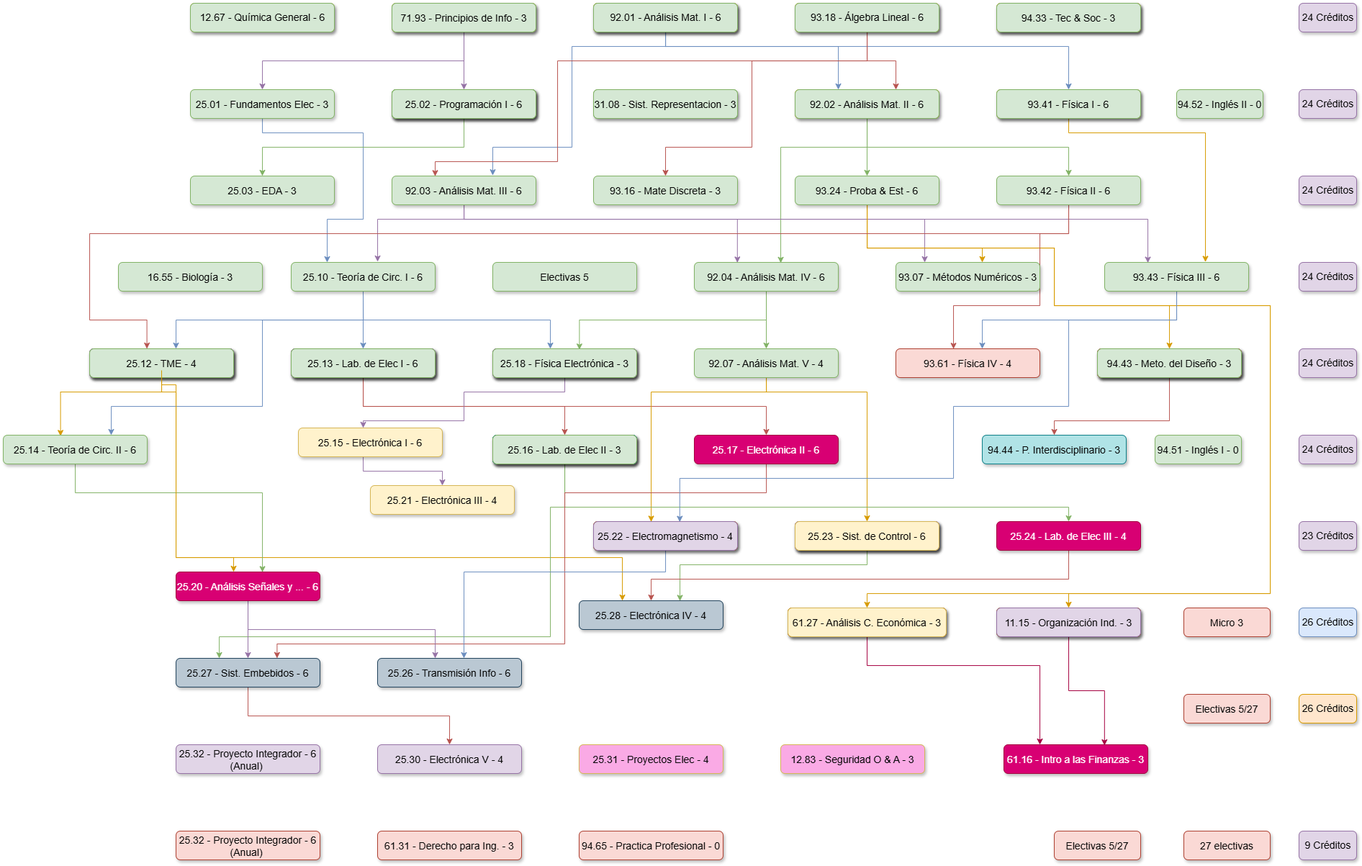
Before: K22.drawio.png, a diagram exported from draw.io (juanipla/K22). Source tidied: cells renumbered, new cells last; positions are measured from the earlier drawing's top-left corner, leaving out a move shared by most shapes.
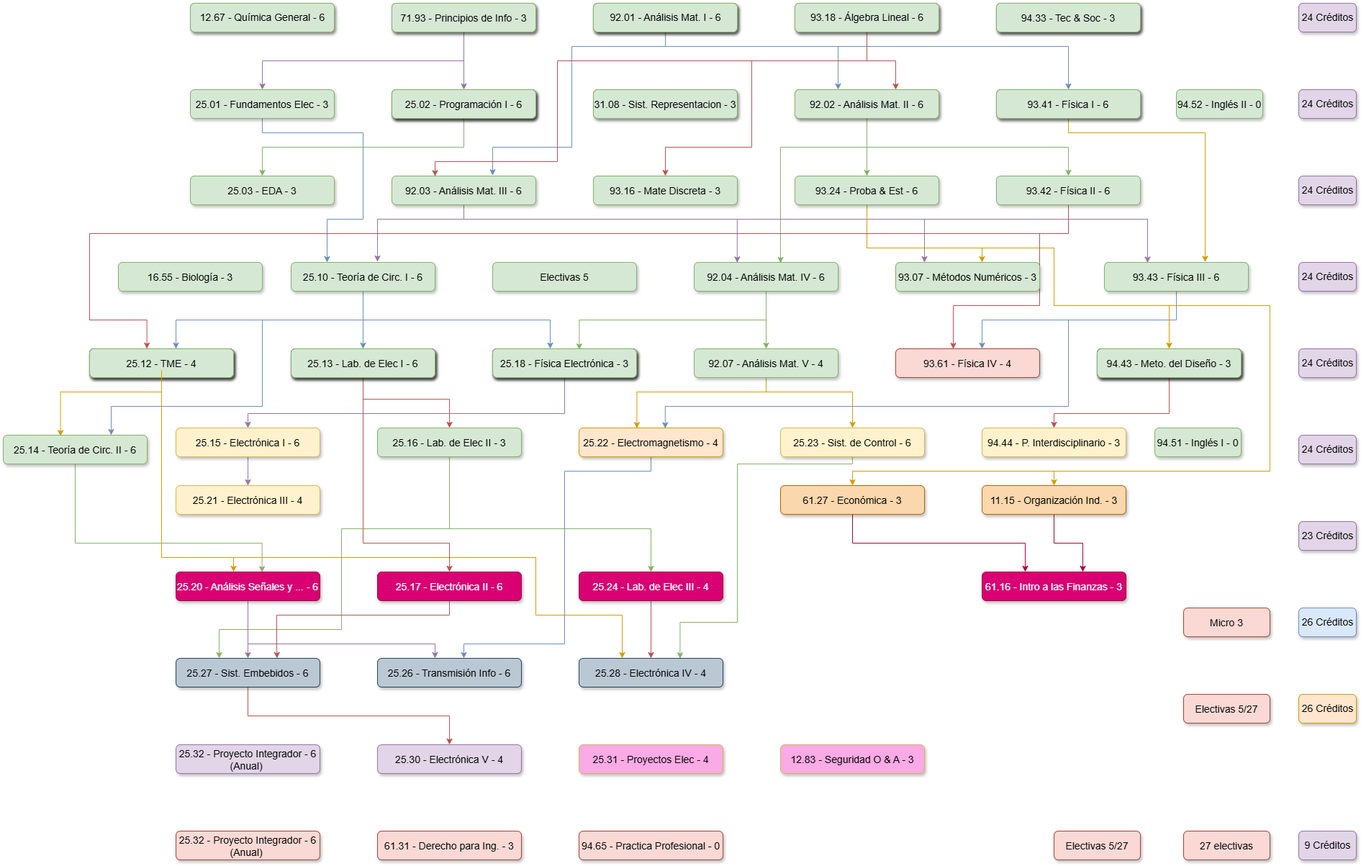
The same diagram one commit later.

Change to the diagram source:
```diff
@@ -213,4 +213,4 @@
           <mxPoint x="1760" y="420" />
-          <mxPoint x="1760" y="820" />
-          <mxPoint x="1480" y="820" />
+          <mxPoint x="1760" y="650" />
+          <mxPoint x="1460" y="650" />
         </Array>
@@ -225,4 +225,4 @@
           <mxPoint x="1760" y="420" />
-          <mxPoint x="1760" y="820" />
-          <mxPoint x="1200" y="820" />
+          <mxPoint x="1760" y="650" />
+          <mxPoint x="1180" y="650" />
         </Array>
@@ -269,6 +269,6 @@
         <Array as="points">
-          <mxPoint x="220" y="540" />
-          <mxPoint x="240" y="540" />
-          <mxPoint x="240" y="770" />
-          <mxPoint x="860" y="770" />
+          <mxPoint x="220" y="770" />
+          <mxPoint x="740" y="770" />
+          <mxPoint x="740" y="850" />
+          <mxPoint x="860" y="850" />
         </Array>
@@ -282,4 +282,4 @@
         <Array as="points">
-          <mxPoint x="500" y="560" />
-          <mxPoint x="780" y="560" />
+          <mxPoint x="500" y="550" />
+          <mxPoint x="620" y="550" />
         </Array>
@@ -290,4 +290,4 @@
         <Array as="points">
-          <mxPoint x="500" y="560" />
-          <mxPoint x="1060" y="560" />
+          <mxPoint x="500" y="750" />
+          <mxPoint x="620" y="750" />
         </Array>
@@ -301,6 +301,4 @@
         <Array as="points">
-          <mxPoint x="780" y="540" />
-          <mxPoint x="640" y="540" />
-          <mxPoint x="640" y="580" />
-          <mxPoint x="500" y="580" />
+          <mxPoint x="780" y="570" />
+          <mxPoint x="340" y="570" />
         </Array>
@@ -315,3 +313,3 @@
           <mxPoint x="1060" y="540" />
-          <mxPoint x="1200" y="540" />
+          <mxPoint x="1180" y="540" />
         </Array>
@@ -323,4 +321,3 @@
           <mxPoint x="1060" y="540" />
-          <mxPoint x="900" y="540" />
-          <mxPoint x="900" y="720" />
+          <mxPoint x="880" y="540" />
         </Array>
@@ -337,4 +334,4 @@
         <Array as="points">
-          <mxPoint x="1620" y="580" />
-          <mxPoint x="1460" y="580" />
+          <mxPoint x="1620" y="570" />
+          <mxPoint x="1460" y="570" />
         </Array>
@@ -348,5 +345,4 @@
         <Array as="points">
-          <mxPoint x="100" y="680" />
-          <mxPoint x="360" y="680" />
-          <mxPoint x="360" y="790" />
+          <mxPoint x="100" y="750" />
+          <mxPoint x="360" y="750" />
         </Array>
@@ -360,4 +356,4 @@
         <Array as="points">
-          <mxPoint x="500" y="650" />
-          <mxPoint x="610" y="650" />
+          <mxPoint x="340" y="640" />
+          <mxPoint x="340" y="640" />
         </Array>
@@ -366,3 +362,3 @@
     <mxCell id="58" value="25.15 - Electrónica I - 6" style="rounded=1;fillColor=#fff2cc;strokeColor=#d6b656;shadow=1;fontStyle=0;fontSize=14;labelBorderColor=none;labelBackgroundColor=none;" parent="1" vertex="1">
-      <mxGeometry x="410" y="590" width="200" height="40" as="geometry" />
+      <mxGeometry x="240" y="590" width="200" height="40" as="geometry" />
     </mxCell>
@@ -371,4 +367,4 @@
         <Array as="points">
-          <mxPoint x="780" y="700" />
-          <mxPoint x="1480" y="700" />
+          <mxPoint x="620" y="730" />
+          <mxPoint x="900" y="730" />
         </Array>
@@ -379,6 +375,6 @@
         <Array as="points">
-          <mxPoint x="780" y="700" />
-          <mxPoint x="760" y="700" />
-          <mxPoint x="760" y="880" />
-          <mxPoint x="300" y="880" />
+          <mxPoint x="620" y="730" />
+          <mxPoint x="470" y="730" />
+          <mxPoint x="470" y="870" />
+          <mxPoint x="300" y="870" />
         </Array>
@@ -386,4 +382,4 @@
     </mxCell>
-    <mxCell id="61" value="25.16 - Lab. de Elec II - 3" style="rounded=1;fillColor=#b0e3e6;strokeColor=#0e8088;shadow=1;fontStyle=0;fontSize=14;labelBorderColor=none;labelBackgroundColor=none;verticalAlign=middle;" parent="1" vertex="1">
-      <mxGeometry x="680" y="600" width="200" height="40" as="geometry" />
+    <mxCell id="61" value="25.16 - Lab. de Elec II - 3" style="rounded=1;fillColor=#d5e8d4;strokeColor=#82b366;shadow=1;fontStyle=0;fontSize=14;labelBorderColor=none;labelBackgroundColor=none;verticalAlign=middle;" parent="1" vertex="1">
+      <mxGeometry x="520" y="590" width="200" height="40" as="geometry" />
     </mxCell>
@@ -392,5 +388,4 @@
         <Array as="points">
-          <mxPoint x="1060" y="680" />
-          <mxPoint x="780" y="680" />
-          <mxPoint x="780" y="890" />
+          <mxPoint x="620" y="850" />
+          <mxPoint x="380" y="850" />
           <mxPoint x="380" y="890" />
@@ -400,6 +395,6 @@
     <mxCell id="63" value="25.17 - Electrónica II - 6" style="rounded=1;fillColor=#d80073;strokeColor=#A50040;shadow=1;fontStyle=0;fontSize=14;labelBorderColor=none;labelBackgroundColor=none;verticalAlign=middle;fontColor=#ffffff;" parent="1" vertex="1">
-      <mxGeometry x="960" y="600" width="200" height="40" as="geometry" />
+      <mxGeometry x="520" y="790" width="200" height="40" as="geometry" />
     </mxCell>
-    <mxCell id="64" value="94.44 - P. Interdisciplinario - 3" style="rounded=1;fillColor=#b0e3e6;strokeColor=#0e8088;shadow=1;fontStyle=0;fontSize=14;labelBorderColor=none;labelBackgroundColor=none;verticalAlign=middle;" parent="1" vertex="1">
-      <mxGeometry x="1360" y="600" width="200" height="40" as="geometry" />
+    <mxCell id="64" value="94.44 - P. Interdisciplinario - 3" style="rounded=1;fillColor=#fff2cc;strokeColor=#d6b656;shadow=1;fontStyle=0;fontSize=14;labelBorderColor=none;labelBackgroundColor=none;verticalAlign=middle;" parent="1" vertex="1">
+      <mxGeometry x="1360" y="590" width="200" height="40" as="geometry" />
     </mxCell>
@@ -468,5 +463,3 @@
           <mxPoint x="1480" y="560" />
-          <mxPoint x="1320" y="560" />
-          <mxPoint x="1320" y="660" />
-          <mxPoint x="940" y="660" />
+          <mxPoint x="920" y="560" />
         </Array>
@@ -483,4 +476,4 @@
         <Array as="points">
-          <mxPoint x="340" y="870" />
-          <mxPoint x="600" y="870" />
+          <mxPoint x="340" y="890" />
+          <mxPoint x="600" y="890" />
         </Array>
@@ -492,3 +485,3 @@
     <mxCell id="79" value="25.21 - Electrónica III - 4" style="rounded=1;fillColor=#fff2cc;strokeColor=#d6b656;shadow=1;fontStyle=0;fontSize=14;labelBorderColor=none;labelBackgroundColor=none;" parent="1" vertex="1">
-      <mxGeometry x="510" y="670" width="200" height="40" as="geometry" />
+      <mxGeometry x="240" y="670" width="200" height="40" as="geometry" />
     </mxCell>
@@ -498,4 +491,6 @@
         <Array as="points">
-          <mxPoint x="920" y="790" />
-          <mxPoint x="640" y="790" />
+          <mxPoint x="900" y="650" />
+          <mxPoint x="780" y="650" />
+          <mxPoint x="780" y="890" />
+          <mxPoint x="640" y="890" />
         </Array>
@@ -503,4 +498,4 @@
     </mxCell>
-    <mxCell id="81" value="25.22 - Electromagnetismo - 4" style="rounded=1;fillColor=#fad7ac;strokeColor=#b46504;shadow=1;fontStyle=0;fontSize=14;labelBorderColor=none;labelBackgroundColor=none;verticalAlign=middle;" parent="1" vertex="1">
-      <mxGeometry x="820" y="720" width="200" height="40" as="geometry" />
+    <mxCell id="81" value="25.22 - Electromagnetismo - 4" style="rounded=1;fillColor=#ffe6cc;strokeColor=#d79b00;shadow=1;fontStyle=0;fontSize=14;labelBorderColor=none;labelBackgroundColor=none;verticalAlign=middle;" parent="1" vertex="1">
+      <mxGeometry x="800" y="590" width="200" height="40" as="geometry" />
     </mxCell>
@@ -509,5 +504,6 @@
         <Array as="points">
-          <mxPoint x="1200" y="780" />
-          <mxPoint x="940" y="780" />
-          <mxPoint x="940" y="830" />
+          <mxPoint x="1180" y="640" />
+          <mxPoint x="1020" y="640" />
+          <mxPoint x="1020" y="860" />
+          <mxPoint x="940" y="860" />
         </Array>
@@ -515,4 +511,4 @@
     </mxCell>
-    <mxCell id="83" value="25.23 - Sist. de Control - 6" style="rounded=1;fillColor=#e1d5e7;strokeColor=#9673a6;shadow=1;fontStyle=0;fontSize=14;labelBorderColor=none;labelBackgroundColor=none;verticalAlign=middle;" parent="1" vertex="1">
-      <mxGeometry x="1100" y="720" width="200" height="40" as="geometry" />
+    <mxCell id="83" value="25.23 - Sist. de Control - 6" style="rounded=1;fillColor=#fff2cc;strokeColor=#d6b656;shadow=1;fontStyle=0;fontSize=14;labelBorderColor=none;labelBackgroundColor=none;verticalAlign=middle;" parent="1" vertex="1">
+      <mxGeometry x="1080" y="590" width="200" height="40" as="geometry" />
     </mxCell>
@@ -521,4 +517,4 @@
         <Array as="points">
-          <mxPoint x="1480" y="800" />
-          <mxPoint x="900" y="800" />
+          <mxPoint x="900" y="820" />
+          <mxPoint x="900" y="820" />
         </Array>
@@ -527,3 +523,3 @@
     <mxCell id="85" value="25.24 - Lab. de Elec III - 4" style="rounded=1;fillColor=#d80073;strokeColor=#A50040;shadow=1;fontStyle=0;fontSize=14;labelBorderColor=none;labelBackgroundColor=none;verticalAlign=middle;fontColor=#ffffff;" parent="1" vertex="1">
-      <mxGeometry x="1380" y="720" width="200" height="40" as="geometry" />
+      <mxGeometry x="800" y="790" width="200" height="40" as="geometry" />
     </mxCell>
@@ -544,9 +540,9 @@
     <mxCell id="89" value="25.28 - Electrónica IV - 4" style="rounded=1;fillColor=#bac8d3;strokeColor=#23445d;shadow=1;fontStyle=0;fontSize=14;labelBorderColor=none;labelBackgroundColor=none;verticalAlign=middle;" parent="1" vertex="1">
-      <mxGeometry x="800" y="830" width="200" height="40" as="geometry" />
+      <mxGeometry x="800" y="910" width="200" height="40" as="geometry" />
     </mxCell>
-    <mxCell id="90" style="edgeStyle=orthogonalEdgeStyle;rounded=0;jumpStyle=none;jettySize=auto;html=1;fillColor=#d80073;strokeColor=#A50040;" parent="1" edge="1" source="91" target="98">
+    <mxCell id="90" style="edgeStyle=orthogonalEdgeStyle;rounded=0;jumpStyle=none;jettySize=auto;html=1;fillColor=#d80073;strokeColor=#A50040;exitX=0.5;exitY=1;exitDx=0;exitDy=0;" parent="1" edge="1" source="91" target="98">
       <mxGeometry relative="1" as="geometry">
         <Array as="points">
-          <mxPoint x="1200" y="920" />
-          <mxPoint x="1440" y="920" />
+          <mxPoint x="1180" y="750" />
+          <mxPoint x="1420" y="750" />
         </Array>
@@ -554,10 +550,16 @@
     </mxCell>
-    <mxCell id="91" value="61.27 - Análisis C. Económica - 3" style="rounded=1;fillColor=#fad7ac;strokeColor=#b46504;shadow=1;fontStyle=0;fontSize=14;labelBorderColor=none;labelBackgroundColor=none;verticalAlign=middle;" parent="1" vertex="1">
-      <mxGeometry x="1090" y="840" width="220" height="40" as="geometry" />
+    <mxCell id="91" value="61.27 - Económica - 3" style="rounded=1;fillColor=#fad7ac;strokeColor=#b46504;shadow=1;fontStyle=0;fontSize=14;labelBorderColor=none;labelBackgroundColor=none;verticalAlign=middle;" parent="1" vertex="1">
+      <mxGeometry x="1080" y="670" width="200" height="40" as="geometry" />
     </mxCell>
-    <mxCell id="92" style="edgeStyle=orthogonalEdgeStyle;rounded=0;jumpStyle=none;jettySize=auto;html=1;entryX=0.699;entryY=0.028;entryDx=0;entryDy=0;entryPerimeter=0;fillColor=#d80073;strokeColor=#A50040;" parent="1" edge="1" source="93" target="98">
-      <mxGeometry relative="1" as="geometry" />
+    <mxCell id="92" style="edgeStyle=orthogonalEdgeStyle;rounded=0;jumpStyle=none;jettySize=auto;html=1;entryX=0.702;entryY=-0.001;entryDx=0;entryDy=0;entryPerimeter=0;fillColor=#d80073;strokeColor=#A50040;exitX=0.5;exitY=1;exitDx=0;exitDy=0;" parent="1" edge="1" source="93" target="98">
+      <mxGeometry relative="1" as="geometry">
+        <Array as="points">
+          <mxPoint x="1460" y="750" />
+          <mxPoint x="1500" y="750" />
+          <mxPoint x="1500" y="790" />
+        </Array>
+      </mxGeometry>
     </mxCell>
     <mxCell id="93" value="11.15 - Organización Ind. - 3" style="rounded=1;fillColor=#fad7ac;strokeColor=#b46504;shadow=1;fontStyle=0;fontSize=14;labelBorderColor=none;labelBackgroundColor=none;verticalAlign=middle;" parent="1" vertex="1">
-      <mxGeometry x="1380" y="840" width="200" height="40" as="geometry" />
+      <mxGeometry x="1360" y="670" width="200" height="40" as="geometry" />
     </mxCell>
@@ -576,3 +578,3 @@
     <mxCell id="98" value="61.16 - Intro a las Finanzas - 3" style="rounded=1;fillColor=#d80073;strokeColor=#A50040;shadow=1;fontStyle=0;fontSize=14;labelBorderColor=none;labelBackgroundColor=none;verticalAlign=middle;fontColor=#ffffff;" parent="1" vertex="1">
-      <mxGeometry x="1390" y="1030" width="200" height="40" as="geometry" />
+      <mxGeometry x="1360" y="790" width="200" height="40" as="geometry" />
     </mxCell>
@@ -647,8 +649,2 @@
     </mxCell>
-    <mxCell id="122" value="25.16 - Lab. de Elec II - 3" style="rounded=1;fillColor=#b0e3e6;strokeColor=#0e8088;shadow=1;fontStyle=0;fontSize=14;labelBorderColor=none;labelBackgroundColor=none;verticalAlign=middle;" parent="1" vertex="1">
-      <mxGeometry x="680" y="600" width="200" height="40" as="geometry" />
-    </mxCell>
-    <mxCell id="123" value="25.23 - Sist. de Control - 6" style="rounded=1;fillColor=#e1d5e7;strokeColor=#9673a6;shadow=1;fontStyle=0;fontSize=14;labelBorderColor=none;labelBackgroundColor=none;verticalAlign=middle;" parent="1" vertex="1">
-      <mxGeometry x="1100" y="720" width="200" height="40" as="geometry" />
-    </mxCell>
     <mxCell id="124" value="94.43 - Meto. del Diseño - 3" style="rounded=1;fillColor=#f8cecc;strokeColor=#b85450;shadow=1;fontStyle=0;fontSize=14;labelBorderColor=none;labelBackgroundColor=none;verticalAlign=middle;" parent="1" vertex="1">
@@ -668,8 +664,2 @@
     </mxCell>
-    <mxCell id="129" value="25.16 - Lab. de Elec II - 3" style="rounded=1;fillColor=#b0e3e6;strokeColor=#0e8088;shadow=1;fontStyle=0;fontSize=14;labelBorderColor=none;labelBackgroundColor=none;verticalAlign=middle;" parent="1" vertex="1">
-      <mxGeometry x="680" y="600" width="200" height="40" as="geometry" />
-    </mxCell>
-    <mxCell id="130" value="25.23 - Sist. de Control - 6" style="rounded=1;fillColor=#e1d5e7;strokeColor=#9673a6;shadow=1;fontStyle=0;fontSize=14;labelBorderColor=none;labelBackgroundColor=none;verticalAlign=middle;" parent="1" vertex="1">
-      <mxGeometry x="1100" y="720" width="200" height="40" as="geometry" />
-    </mxCell>
     <mxCell id="131" value="94.43 - Meto. del Diseño - 3" style="rounded=1;fillColor=#f8cecc;strokeColor=#b85450;shadow=1;fontStyle=0;fontSize=14;labelBorderColor=none;labelBackgroundColor=none;verticalAlign=middle;" parent="1" vertex="1">
@@ -689,14 +679,2 @@
     </mxCell>
-    <mxCell id="136" value="25.16 - Lab. de Elec II - 3" style="rounded=1;fillColor=#b0e3e6;strokeColor=#0e8088;shadow=1;fontStyle=0;fontSize=14;labelBorderColor=none;labelBackgroundColor=none;verticalAlign=middle;" parent="1" vertex="1">
-      <mxGeometry x="680" y="600" width="200" height="40" as="geometry" />
-    </mxCell>
-    <mxCell id="137" value="25.23 - Sist. de Control - 6" style="rounded=1;fillColor=#e1d5e7;strokeColor=#9673a6;shadow=1;fontStyle=0;fontSize=14;labelBorderColor=none;labelBackgroundColor=none;verticalAlign=middle;" parent="1" vertex="1">
-      <mxGeometry x="1100" y="720" width="200" height="40" as="geometry" />
-    </mxCell>
-    <mxCell id="138" value="61.27 - Análisis C. Económica - 3" style="rounded=1;fillColor=#fad7ac;strokeColor=#b46504;shadow=1;fontStyle=0;fontSize=14;labelBorderColor=none;labelBackgroundColor=none;verticalAlign=middle;" parent="1" vertex="1">
-      <mxGeometry x="1090" y="840" width="220" height="40" as="geometry" />
-    </mxCell>
-    <mxCell id="139" value="11.15 - Organización Ind. - 3" style="rounded=1;fillColor=#fad7ac;strokeColor=#b46504;shadow=1;fontStyle=0;fontSize=14;labelBorderColor=none;labelBackgroundColor=none;verticalAlign=middle;" parent="1" vertex="1">
-      <mxGeometry x="1380" y="840" width="200" height="40" as="geometry" />
-    </mxCell>
     <mxCell id="140" value="94.43 - Meto. del Diseño - 3" style="rounded=1;fillColor=#d5e8d4;strokeColor=#82b366;shadow=1;fontStyle=0;fontSize=14;labelBorderColor=none;labelBackgroundColor=none;verticalAlign=middle;" parent="1" vertex="1">
@@ -722,23 +700,5 @@
     </mxCell>
-    <mxCell id="147" value="25.16 - Lab. de Elec II - 3" style="rounded=1;fillColor=#d5e8d4;strokeColor=#82b366;shadow=1;fontStyle=0;fontSize=14;labelBorderColor=none;labelBackgroundColor=none;verticalAlign=middle;" parent="1" vertex="1">
-      <mxGeometry x="680" y="600" width="200" height="40" as="geometry" />
-    </mxCell>
     <mxCell id="148" value="94.51 - Inglés I - 0" style="rounded=1;fillColor=#d5e8d4;strokeColor=#82b366;shadow=1;fontStyle=0;fontSize=14;labelBorderColor=none;labelBackgroundColor=none;verticalAlign=middle;" parent="1" vertex="1">
-      <mxGeometry x="1600" y="600" width="120" height="40" as="geometry" />
+      <mxGeometry x="1600" y="590" width="120" height="40" as="geometry" />
     </mxCell>
-    <mxCell id="149" value="25.23 - Sist. de Control - 6" style="rounded=1;fillColor=#fff2cc;strokeColor=#d6b656;shadow=1;fontStyle=0;fontSize=14;labelBorderColor=none;labelBackgroundColor=none;verticalAlign=middle;" parent="1" vertex="1">
-      <mxGeometry x="1100" y="720" width="200" height="40" as="geometry" />
-    </mxCell>
-    <mxCell id="150" value="61.27 - Análisis C. Económica - 3" style="rounded=1;fillColor=#fff2cc;strokeColor=#d6b656;shadow=1;fontStyle=0;fontSize=14;labelBorderColor=none;labelBackgroundColor=none;verticalAlign=middle;" parent="1" vertex="1">
-      <mxGeometry x="1090" y="840" width="220" height="40" as="geometry" />
-    </mxCell>
-    <mxCell id="151" value="11.15 - Organización Ind. - 3" style="rounded=1;fillColor=#e1d5e7;strokeColor=#9673a6;shadow=1;fontStyle=0;fontSize=14;labelBorderColor=none;labelBackgroundColor=none;verticalAlign=middle;" parent="1" vertex="1">
-      <mxGeometry x="1380" y="840" width="200" height="40" as="geometry" />
-    </mxCell>
-    <mxCell id="152" value="25.22 - Electromagnetismo - 4" style="rounded=1;fillColor=#fad7ac;strokeColor=#b46504;shadow=1;fontStyle=0;fontSize=14;labelBorderColor=none;labelBackgroundColor=none;verticalAlign=middle;" parent="1" vertex="1">
-      <mxGeometry x="820" y="720" width="200" height="40" as="geometry" />
-    </mxCell>
-    <mxCell id="153" value="25.22 - Electromagnetismo - 4" style="rounded=1;fillColor=#e1d5e7;strokeColor=#9673a6;shadow=1;fontStyle=0;fontSize=14;labelBorderColor=none;labelBackgroundColor=none;verticalAlign=middle;" parent="1" vertex="1">
-      <mxGeometry x="820" y="720" width="200" height="40" as="geometry" />
-    </mxCell>
     <mxCell id="154" value="94.65 - Practica Profesional - 0" style="rounded=1;fillColor=#fad9d5;strokeColor=#ae4132;shadow=1;fontStyle=0;fontSize=14;labelBorderColor=none;labelBackgroundColor=none;verticalAlign=middle;" parent="1" vertex="1">
@@ -795,5 +755,3 @@
         <Array as="points">
-          <mxPoint x="220" y="530" />
-          <mxPoint x="240" y="530" />
-          <mxPoint x="240" y="770" />
+          <mxPoint x="220" y="770" />
           <mxPoint x="320" y="770" />
```
